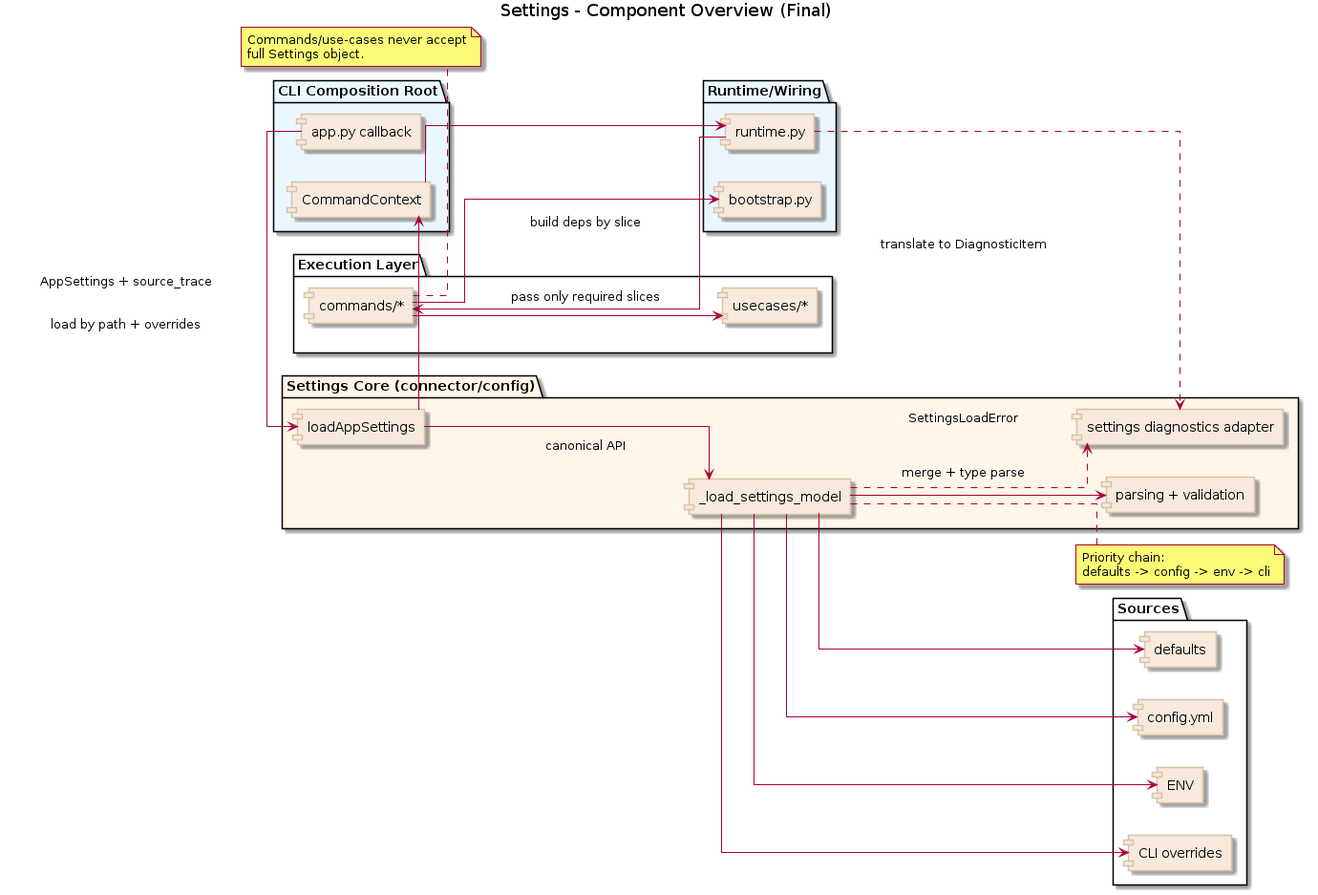
Above: docs/uml/config/settings_component.png in xORex-LC/nexus-etl (PlantUML), before the change. Its source is kept beside it as docs/uml/config/settings_component.puml.
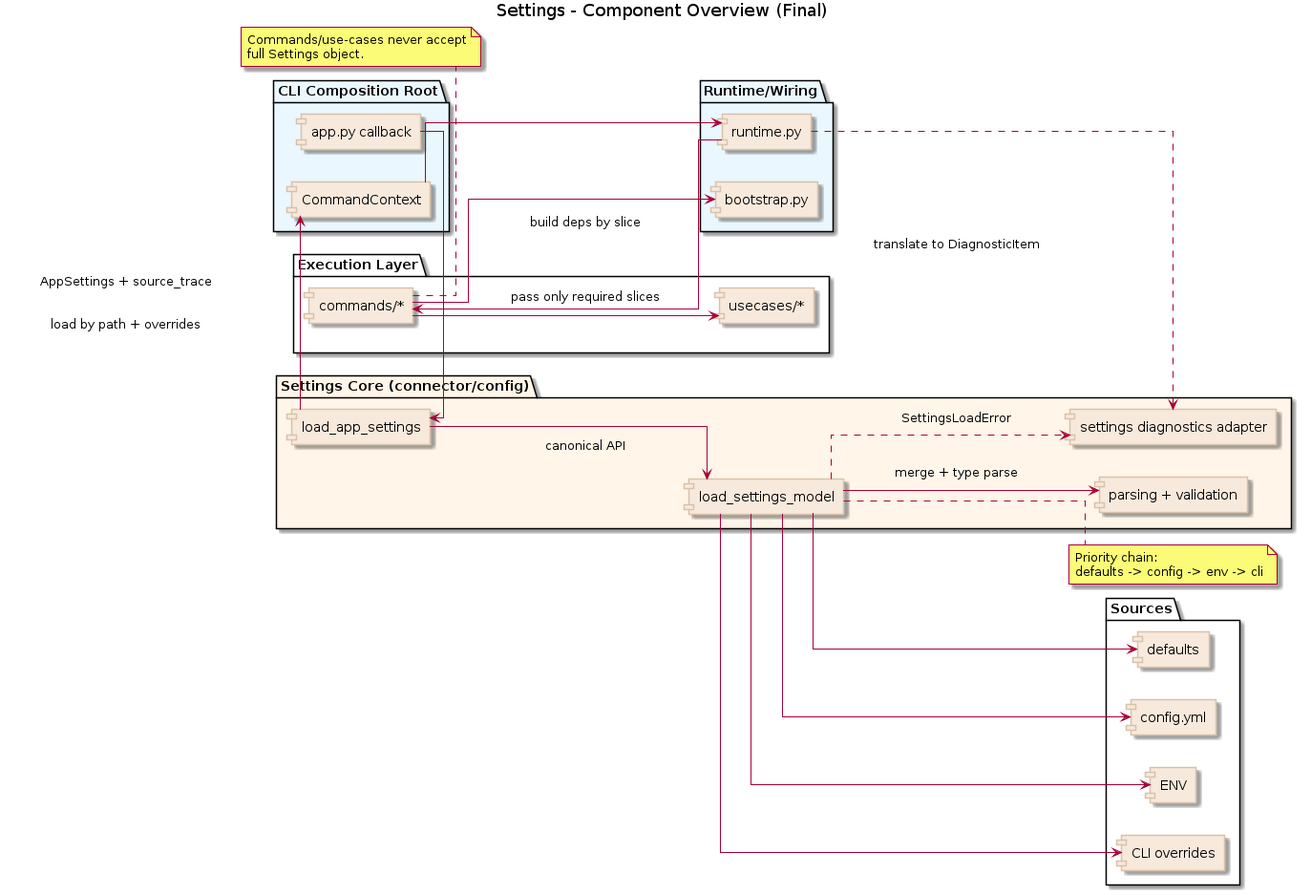
Above is the later version.

Diff of the diagram source:
```diff
@@ -17,8 +17,8 @@
 }
 
 package "Settings Core (connector/config)" #FFF5E8 {
-  [loadAppSettings] as LoadApp
-  [_load_settings_model] as LoadModel
+  [load_app_settings] as LoadApp
+  [load_settings_model] as LoadModel
   [parsing + validation] as ParseValidate
   [settings diagnostics adapter] as SettingsDiag
 }
```
